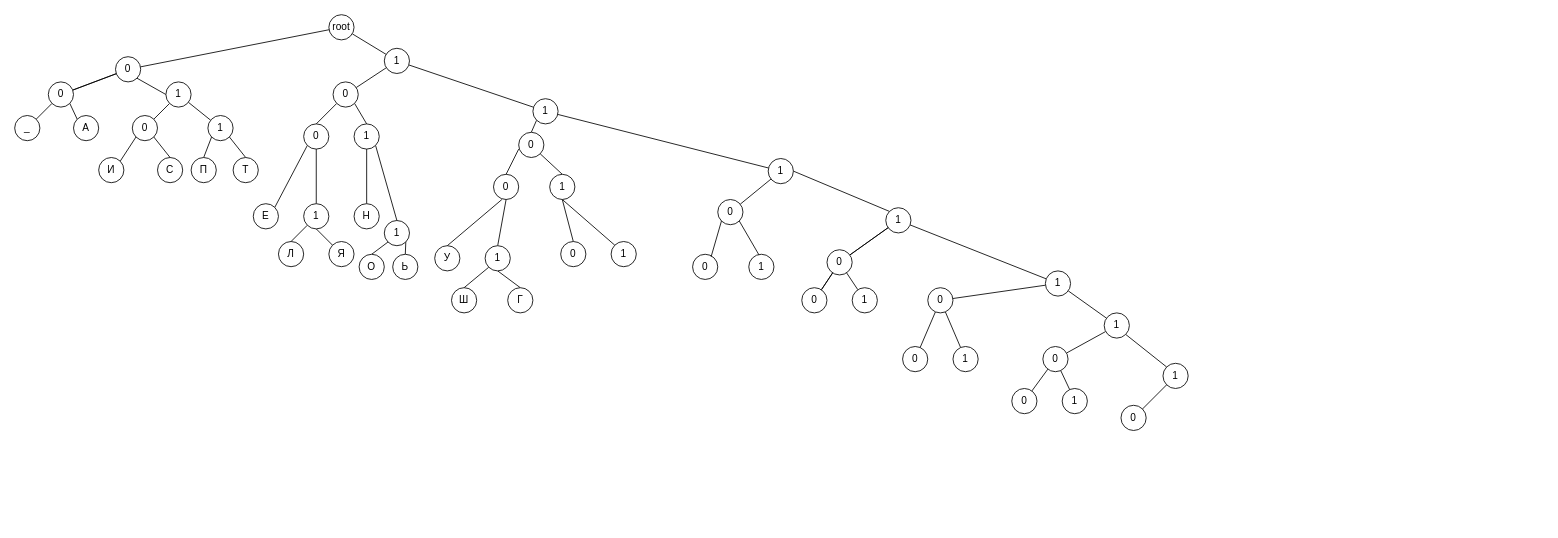
Shumila71/shumila71.github.io keeps this draw.io diagram as Диаграмма без названия.drawio. Above is the earlier version. Source tidied: cells renumbered, new cells numbered last; positions are measured from the earlier drawing's top-left corner, leaving out a move shared by most shapes. Both pictures are drawn from the tidied source at 84%, with x=0, y=0 at pixel (14, 14).
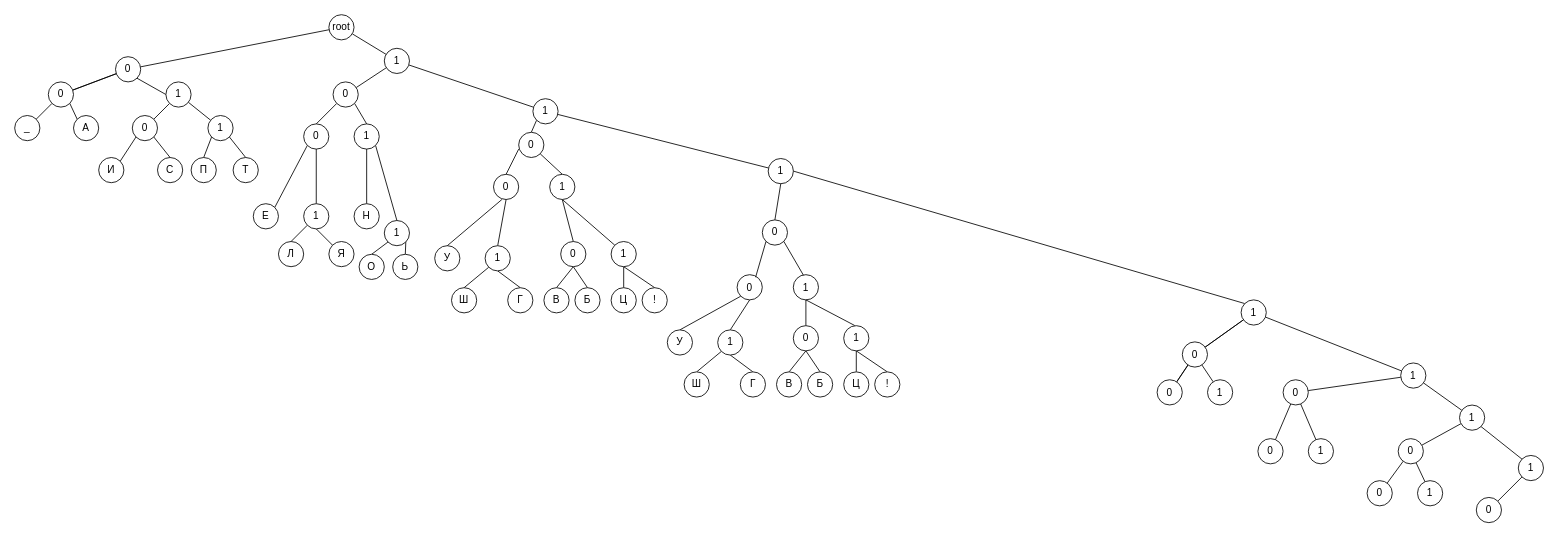
The same diagram, later.

Unchanged cells that the change refers to:
```xml
<mxCell id="21" value="1" style="ellipse;whiteSpace=wrap;html=1;" parent="1" vertex="1">
  <mxGeometry x="897" y="171.2" width="30" height="30" as="geometry" />
</mxCell>
<mxCell id="99" value="1" style="ellipse;whiteSpace=wrap;html=1;" parent="1" vertex="1">
  <mxGeometry x="710" y="270" width="30" height="30" as="geometry" />
</mxCell>
<mxCell id="100" value="0" style="ellipse;whiteSpace=wrap;html=1;" parent="1" vertex="1">
  <mxGeometry x="650" y="270" width="30" height="30" as="geometry" />
</mxCell>
```

What changed in the source:
```diff
@@
-    <mxCell id="19" style="edgeStyle=none;shape=connector;rounded=0;jettySize=auto;html=1;labelBackgroundColor=default;strokeColor=default;align=center;verticalAlign=middle;fontFamily=Helvetica;fontSize=11;fontColor=default;endArrow=none;endFill=0;" parent="1" edge="1" source="21" target="50">
-      <mxGeometry relative="1" as="geometry" />
-    </mxCell>
@@
     <mxCell id="24" value="1" style="ellipse;whiteSpace=wrap;html=1;" parent="1" vertex="1">
-      <mxGeometry x="1037" y="229.8" width="30" height="30" as="geometry" />
+      <mxGeometry x="1460" y="339.5" width="30" height="30" as="geometry" />
     </mxCell>
@@
     <mxCell id="41" value="1" style="ellipse;whiteSpace=wrap;html=1;" parent="1" vertex="1">
-      <mxGeometry x="1227" y="305" width="30" height="30" as="geometry" />
+      <mxGeometry x="1650" y="414.6" width="30" height="30" as="geometry" />
     </mxCell>
@@
     <mxCell id="44" value="1" style="ellipse;whiteSpace=wrap;html=1;" parent="1" vertex="1">
-      <mxGeometry x="1297" y="355" width="30" height="30" as="geometry" />
+      <mxGeometry x="1720" y="464.7" width="30" height="30" as="geometry" />
     </mxCell>
     <mxCell id="45" value="1" style="ellipse;whiteSpace=wrap;html=1;" parent="1" vertex="1">
-      <mxGeometry x="1367" y="415" width="30" height="30" as="geometry" />
+      <mxGeometry x="1790" y="524.7" width="30" height="30" as="geometry" />
     </mxCell>
@@
+    <mxCell id="108" style="edgeStyle=none;shape=connector;rounded=0;jettySize=auto;html=1;exitX=0.5;exitY=0;exitDx=0;exitDy=0;entryX=0.5;entryY=1;entryDx=0;entryDy=0;labelBackgroundColor=default;strokeColor=default;align=center;verticalAlign=middle;fontFamily=Helvetica;fontSize=11;fontColor=default;endArrow=none;endFill=0;" parent="1" edge="1" source="50" target="21">
+      <mxGeometry relative="1" as="geometry" />
+    </mxCell>
     <mxCell id="50" value="0" style="ellipse;whiteSpace=wrap;html=1;" parent="1" vertex="1">
-      <mxGeometry x="837" y="220" width="30" height="30" as="geometry" />
+      <mxGeometry x="890" y="244.3" width="30" height="30" as="geometry" />
     </mxCell>
@@
     <mxCell id="54" value="0" style="ellipse;whiteSpace=wrap;html=1;" parent="1" vertex="1">
-      <mxGeometry x="967" y="279.8" width="30" height="30" as="geometry" />
+      <mxGeometry x="1390" y="389.5" width="30" height="30" as="geometry" />
     </mxCell>
@@
     <mxCell id="56" value="0" style="ellipse;whiteSpace=wrap;html=1;" parent="1" vertex="1">
-      <mxGeometry x="1087" y="325" width="30" height="30" as="geometry" />
+      <mxGeometry x="1510" y="434.6" width="30" height="30" as="geometry" />
     </mxCell>
@@
     <mxCell id="58" value="0" style="ellipse;whiteSpace=wrap;html=1;" parent="1" vertex="1">
-      <mxGeometry x="1224" y="395" width="30" height="30" as="geometry" />
+      <mxGeometry x="1647" y="504.7" width="30" height="30" as="geometry" />
     </mxCell>
@@
     <mxCell id="60" value="0" style="ellipse;whiteSpace=wrap;html=1;" parent="1" vertex="1">
-      <mxGeometry x="1317" y="465" width="30" height="30" as="geometry" />
+      <mxGeometry x="1740" y="574.7" width="30" height="30" as="geometry" />
     </mxCell>
@@
+    <mxCell id="109" style="edgeStyle=none;shape=connector;rounded=0;jettySize=auto;html=1;exitX=0.5;exitY=1;exitDx=0;exitDy=0;entryX=0.5;entryY=0;entryDx=0;entryDy=0;labelBackgroundColor=default;strokeColor=default;align=center;verticalAlign=middle;fontFamily=Helvetica;fontSize=11;fontColor=default;endArrow=none;endFill=0;" parent="1" edge="1" source="71" target="129">
+      <mxGeometry relative="1" as="geometry" />
+    </mxCell>
     <mxCell id="71" value="1" style="ellipse;whiteSpace=wrap;html=1;" parent="1" vertex="1">
-      <mxGeometry x="873.9" y="285.2" width="30" height="30" as="geometry" />
+      <mxGeometry x="926.9" y="309.5" width="30" height="30" as="geometry" />
     </mxCell>
+    <mxCell id="110" style="edgeStyle=none;shape=connector;rounded=0;jettySize=auto;html=1;exitX=0;exitY=1;exitDx=0;exitDy=0;entryX=0.5;entryY=0;entryDx=0;entryDy=0;labelBackgroundColor=default;strokeColor=default;align=center;verticalAlign=middle;fontFamily=Helvetica;fontSize=11;fontColor=default;endArrow=none;endFill=0;" parent="1" edge="1" source="72" target="123">
+      <mxGeometry relative="1" as="geometry" />
+    </mxCell>
+    <mxCell id="111" style="edgeStyle=none;shape=connector;rounded=0;jettySize=auto;html=1;exitX=0.5;exitY=1;exitDx=0;exitDy=0;entryX=0.5;entryY=0;entryDx=0;entryDy=0;labelBackgroundColor=default;strokeColor=default;align=center;verticalAlign=middle;fontFamily=Helvetica;fontSize=11;fontColor=default;endArrow=none;endFill=0;" parent="1" edge="1" source="72" target="122">
+      <mxGeometry relative="1" as="geometry" />
+    </mxCell>
     <mxCell id="72" value="0" style="ellipse;whiteSpace=wrap;html=1;" parent="1" vertex="1">
-      <mxGeometry x="807" y="285.2" width="30" height="30" as="geometry" />
+      <mxGeometry x="860" y="309.5" width="30" height="30" as="geometry" />
     </mxCell>
@@
     <mxCell id="76" value="1" style="ellipse;whiteSpace=wrap;html=1;" parent="1" vertex="1">
-      <mxGeometry x="997" y="325" width="30" height="30" as="geometry" />
+      <mxGeometry x="1420" y="434.6" width="30" height="30" as="geometry" />
     </mxCell>
     <mxCell id="77" value="0" style="ellipse;whiteSpace=wrap;html=1;" parent="1" vertex="1">
-      <mxGeometry x="937" y="325" width="30" height="30" as="geometry" />
+      <mxGeometry x="1360" y="434.6" width="30" height="30" as="geometry" />
     </mxCell>
@@
     <mxCell id="79" value="1" style="ellipse;whiteSpace=wrap;html=1;" parent="1" vertex="1">
-      <mxGeometry x="1117" y="395" width="30" height="30" as="geometry" />
+      <mxGeometry x="1540" y="504.7" width="30" height="30" as="geometry" />
     </mxCell>
     <mxCell id="80" value="0" style="ellipse;whiteSpace=wrap;html=1;" parent="1" vertex="1">
-      <mxGeometry x="1057" y="395" width="30" height="30" as="geometry" />
+      <mxGeometry x="1480" y="504.7" width="30" height="30" as="geometry" />
     </mxCell>
@@
     <mxCell id="82" value="1" style="ellipse;whiteSpace=wrap;html=1;" parent="1" vertex="1">
-      <mxGeometry x="1247" y="445" width="30" height="30" as="geometry" />
+      <mxGeometry x="1670" y="554.7" width="30" height="30" as="geometry" />
     </mxCell>
     <mxCell id="83" value="0" style="ellipse;whiteSpace=wrap;html=1;" parent="1" vertex="1">
-      <mxGeometry x="1187" y="445" width="30" height="30" as="geometry" />
+      <mxGeometry x="1610" y="554.7" width="30" height="30" as="geometry" />
     </mxCell>
@@
+    <mxCell id="112" style="edgeStyle=none;shape=connector;rounded=0;jettySize=auto;html=1;exitX=0.5;exitY=1;exitDx=0;exitDy=0;entryX=0.5;entryY=0;entryDx=0;entryDy=0;labelBackgroundColor=default;strokeColor=default;align=center;verticalAlign=middle;fontFamily=Helvetica;fontSize=11;fontColor=default;endArrow=none;endFill=0;" parent="1" edge="1" source="99" target="118">
+      <mxGeometry relative="1" as="geometry" />
+    </mxCell>
+    <mxCell id="113" style="edgeStyle=none;shape=connector;rounded=0;jettySize=auto;html=1;exitX=0.5;exitY=1;exitDx=0;exitDy=0;entryX=0.5;entryY=0;entryDx=0;entryDy=0;labelBackgroundColor=default;strokeColor=default;align=center;verticalAlign=middle;fontFamily=Helvetica;fontSize=11;fontColor=default;endArrow=none;endFill=0;" parent="1" edge="1" source="99" target="119">
+      <mxGeometry relative="1" as="geometry" />
+    </mxCell>
@@
+    <mxCell id="114" style="edgeStyle=none;shape=connector;rounded=0;jettySize=auto;html=1;exitX=0.5;exitY=1;exitDx=0;exitDy=0;entryX=0.5;entryY=0;entryDx=0;entryDy=0;labelBackgroundColor=default;strokeColor=default;align=center;verticalAlign=middle;fontFamily=Helvetica;fontSize=11;fontColor=default;endArrow=none;endFill=0;" parent="1" edge="1" source="100" target="116">
+      <mxGeometry relative="1" as="geometry" />
+    </mxCell>
+    <mxCell id="115" style="edgeStyle=none;shape=connector;rounded=0;jettySize=auto;html=1;exitX=0.5;exitY=1;exitDx=0;exitDy=0;entryX=0.5;entryY=0;entryDx=0;entryDy=0;labelBackgroundColor=default;strokeColor=default;align=center;verticalAlign=middle;fontFamily=Helvetica;fontSize=11;fontColor=default;endArrow=none;endFill=0;" parent="1" edge="1" source="100" target="117">
+      <mxGeometry relative="1" as="geometry" />
+    </mxCell>
@@
+    <mxCell id="116" value="В" style="ellipse;whiteSpace=wrap;html=1;" parent="1" vertex="1">
+      <mxGeometry x="630" y="325" width="30" height="30" as="geometry" />
+    </mxCell>
+    <mxCell id="117" value="Б" style="ellipse;whiteSpace=wrap;html=1;" parent="1" vertex="1">
+      <mxGeometry x="666.9" y="325" width="30" height="30" as="geometry" />
+    </mxCell>
+    <mxCell id="118" value="Ц" style="ellipse;whiteSpace=wrap;html=1;" parent="1" vertex="1">
+      <mxGeometry x="710" y="325" width="30" height="30" as="geometry" />
+    </mxCell>
+    <mxCell id="119" value="!" style="ellipse;whiteSpace=wrap;html=1;" parent="1" vertex="1">
+      <mxGeometry x="746.9" y="325" width="30" height="30" as="geometry" />
+    </mxCell>
+    <mxCell id="120" style="edgeStyle=none;shape=connector;rounded=0;jettySize=auto;html=1;exitX=0;exitY=1;exitDx=0;exitDy=0;entryX=0.5;entryY=0;entryDx=0;entryDy=0;labelBackgroundColor=default;strokeColor=default;align=center;verticalAlign=middle;fontFamily=Helvetica;fontSize=11;fontColor=default;endArrow=none;endFill=0;" parent="1" edge="1" source="122" target="130">
+      <mxGeometry relative="1" as="geometry" />
+    </mxCell>
+    <mxCell id="121" style="edgeStyle=none;shape=connector;rounded=0;jettySize=auto;html=1;exitX=0.5;exitY=1;exitDx=0;exitDy=0;entryX=0.5;entryY=0;entryDx=0;entryDy=0;labelBackgroundColor=default;strokeColor=default;align=center;verticalAlign=middle;fontFamily=Helvetica;fontSize=11;fontColor=default;endArrow=none;endFill=0;" parent="1" edge="1" source="122" target="131">
+      <mxGeometry relative="1" as="geometry" />
+    </mxCell>
+    <mxCell id="122" value="1" style="ellipse;whiteSpace=wrap;html=1;" parent="1" vertex="1">
+      <mxGeometry x="836.9" y="375.2" width="30" height="30" as="geometry" />
+    </mxCell>
+    <mxCell id="123" value="У" style="ellipse;whiteSpace=wrap;html=1;" parent="1" vertex="1">
+      <mxGeometry x="776.9" y="375.2" width="30" height="30" as="geometry" />
+    </mxCell>
+    <mxCell id="124" style="edgeStyle=none;shape=connector;rounded=0;jettySize=auto;html=1;exitX=0.5;exitY=1;exitDx=0;exitDy=0;entryX=0.5;entryY=0;entryDx=0;entryDy=0;labelBackgroundColor=default;strokeColor=default;align=center;verticalAlign=middle;fontFamily=Helvetica;fontSize=11;fontColor=default;endArrow=none;endFill=0;" parent="1" edge="1" source="126" target="134">
+      <mxGeometry relative="1" as="geometry" />
+    </mxCell>
+    <mxCell id="125" style="edgeStyle=none;shape=connector;rounded=0;jettySize=auto;html=1;exitX=0.5;exitY=1;exitDx=0;exitDy=0;entryX=0.5;entryY=0;entryDx=0;entryDy=0;labelBackgroundColor=default;strokeColor=default;align=center;verticalAlign=middle;fontFamily=Helvetica;fontSize=11;fontColor=default;endArrow=none;endFill=0;" parent="1" edge="1" source="126" target="135">
+      <mxGeometry relative="1" as="geometry" />
+    </mxCell>
+    <mxCell id="126" value="1" style="ellipse;whiteSpace=wrap;html=1;" parent="1" vertex="1">
+      <mxGeometry x="986.9" y="370.2" width="30" height="30" as="geometry" />
+    </mxCell>
+    <mxCell id="127" style="edgeStyle=none;shape=connector;rounded=0;jettySize=auto;html=1;exitX=0.5;exitY=1;exitDx=0;exitDy=0;entryX=0.5;entryY=0;entryDx=0;entryDy=0;labelBackgroundColor=default;strokeColor=default;align=center;verticalAlign=middle;fontFamily=Helvetica;fontSize=11;fontColor=default;endArrow=none;endFill=0;" parent="1" edge="1" source="129" target="132">
+      <mxGeometry relative="1" as="geometry" />
+    </mxCell>
+    <mxCell id="128" style="edgeStyle=none;shape=connector;rounded=0;jettySize=auto;html=1;exitX=0.5;exitY=1;exitDx=0;exitDy=0;entryX=0.5;entryY=0;entryDx=0;entryDy=0;labelBackgroundColor=default;strokeColor=default;align=center;verticalAlign=middle;fontFamily=Helvetica;fontSize=11;fontColor=default;endArrow=none;endFill=0;" parent="1" edge="1" source="129" target="133">
+      <mxGeometry relative="1" as="geometry" />
+    </mxCell>
+    <mxCell id="129" value="0" style="ellipse;whiteSpace=wrap;html=1;" parent="1" vertex="1">
+      <mxGeometry x="926.9" y="370.2" width="30" height="30" as="geometry" />
+    </mxCell>
+    <mxCell id="130" value="Ш" style="ellipse;whiteSpace=wrap;html=1;" parent="1" vertex="1">
+      <mxGeometry x="796.9" y="425.2" width="30" height="30" as="geometry" />
+    </mxCell>
+    <mxCell id="131" value="Г" style="ellipse;whiteSpace=wrap;html=1;" parent="1" vertex="1">
+      <mxGeometry x="863.8" y="425.2" width="30" height="30" as="geometry" />
+    </mxCell>
+    <mxCell id="132" value="В" style="ellipse;whiteSpace=wrap;html=1;" parent="1" vertex="1">
+      <mxGeometry x="906.9" y="425.2" width="30" height="30" as="geometry" />
+    </mxCell>
+    <mxCell id="133" value="Б" style="ellipse;whiteSpace=wrap;html=1;" parent="1" vertex="1">
+      <mxGeometry x="943.8" y="425.2" width="30" height="30" as="geometry" />
+    </mxCell>
+    <mxCell id="134" value="Ц" style="ellipse;whiteSpace=wrap;html=1;" parent="1" vertex="1">
+      <mxGeometry x="986.9" y="425.2" width="30" height="30" as="geometry" />
+    </mxCell>
+    <mxCell id="135" value="!" style="ellipse;whiteSpace=wrap;html=1;" parent="1" vertex="1">
+      <mxGeometry x="1023.8" y="425.2" width="30" height="30" as="geometry" />
+    </mxCell>
+    <mxCell id="136" style="edgeStyle=none;shape=connector;rounded=0;jettySize=auto;html=1;exitX=0.5;exitY=1;exitDx=0;exitDy=0;labelBackgroundColor=default;strokeColor=default;align=center;verticalAlign=middle;fontFamily=Helvetica;fontSize=11;fontColor=default;endArrow=none;endFill=0;" parent="1" edge="1" source="71">
+      <mxGeometry relative="1" as="geometry">
+        <mxPoint x="1000" y="370" as="targetPoint" />
+      </mxGeometry>
+    </mxCell>
```
